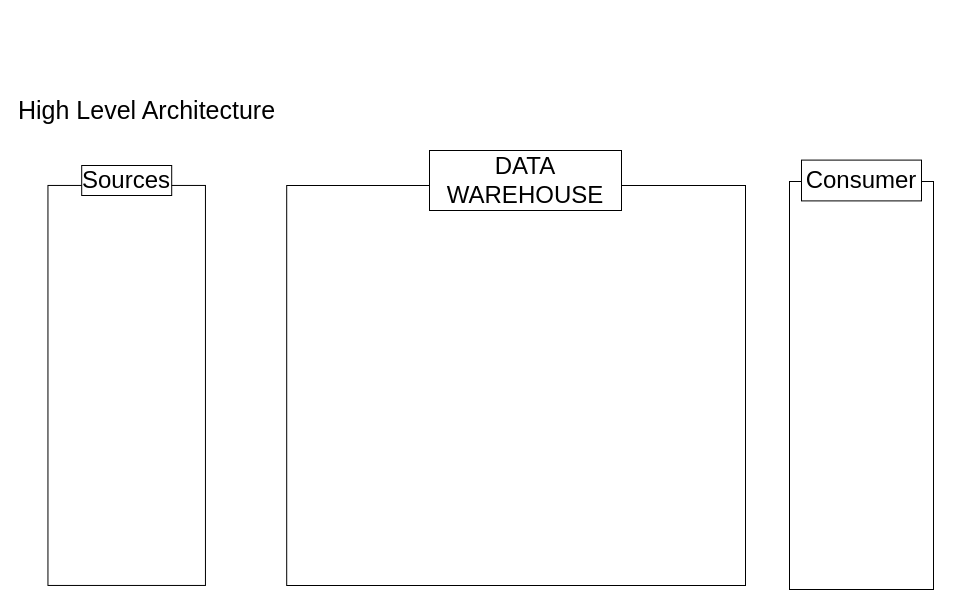
Earlier version of the draw.io diagram Architecture.drawio (DataWithRishal/Enterprise-Sales-Architecture-SQL). Source tidied: cells renumbered, new cells numbered last; positions are measured from the earlier drawing's top-left corner, leaving out a move shared by most shapes. Both pictures are drawn from the tidied source at 100%, with x=0, y=0 at pixel (-74, 89).
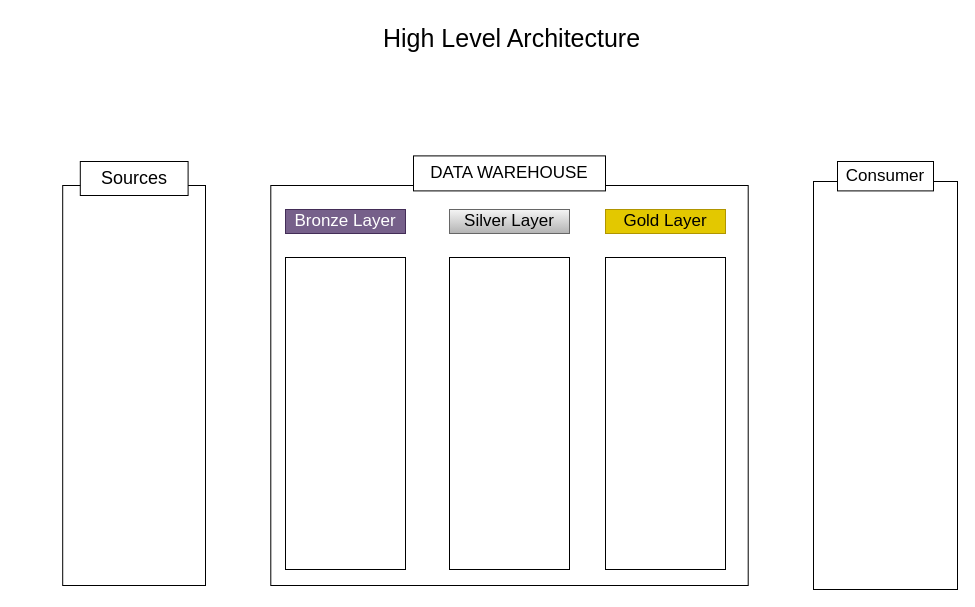
The same page after the edit.

Change to the diagram source:
```diff
@@
 <mxGraphModel>
   <root>
     <mxCell id="0" />
     <mxCell id="1" parent="0" />
     <mxCell id="2" value="&lt;p style=&quot;margin: 0px; font-style: normal; font-variant-caps: normal; font-weight: normal; font-width: normal; line-height: normal; font-family: Helvetica; font-size-adjust: none; font-kerning: auto; font-variant-alternates: normal; font-variant-ligatures: normal; font-variant-numeric: normal; font-variant-east-asian: normal; font-variant-position: normal; font-variant-emoji: normal; font-feature-settings: normal; font-optical-sizing: auto; font-variation-settings: normal;&quot;&gt;High Level Architecture&lt;/p&gt;" style="text;html=1;whiteSpace=wrap;overflow=hidden;rounded=0;fontSize=25;" parent="1" vertex="1">
-      <mxGeometry x="90.2" width="310" height="48" as="geometry" />
+      <mxGeometry x="455" y="-72" width="310" height="48" as="geometry" />
     </mxCell>
     <mxCell id="3" style="rounded=0;whiteSpace=wrap;html=1;rotation=90;" parent="1" vertex="1">
-      <mxGeometry x="0.2" y="217.2" width="400" height="157.5" as="geometry" />
+      <mxGeometry x="7.6" y="224.6" width="400" height="142.8" as="geometry" />
     </mxCell>
-    <mxCell id="4" value="Sources" style="rounded=0;whiteSpace=wrap;html=1;fontSize=24;fontColor=light-dark(#000000,#FFFFFF);" parent="1" vertex="1">
-      <mxGeometry x="155.2" y="76" width="90" height="30" as="geometry" />
+    <mxCell id="4" value="Sources" style="rounded=0;whiteSpace=wrap;html=1;fontSize=18;fontColor=light-dark(#000000,#FFFFFF);" parent="1" vertex="1">
+      <mxGeometry x="153.8" y="72" width="107.8" height="34" as="geometry" />
     </mxCell>
     <mxCell id="5" style="rounded=0;whiteSpace=wrap;html=1;rotation=90;" parent="1" vertex="1">
-      <mxGeometry x="389.6" y="66.6" width="400" height="458.8" as="geometry" />
+      <mxGeometry x="383" y="57.3" width="400" height="477.4" as="geometry" />
     </mxCell>
-    <mxCell id="6" value="DATA WAREHOUSE" style="rounded=0;whiteSpace=wrap;html=1;fontSize=24;" parent="1" vertex="1">
-      <mxGeometry x="503" y="61" width="192" height="60" as="geometry" />
+    <mxCell id="6" value="DATA WAREHOUSE" style="rounded=0;whiteSpace=wrap;html=1;fontSize=17;" parent="1" vertex="1">
+      <mxGeometry x="487" y="66.4" width="192" height="35" as="geometry" />
     </mxCell>
     <mxCell id="7" style="rounded=0;whiteSpace=wrap;html=1;direction=south;" parent="1" vertex="1">
-      <mxGeometry x="863" y="92" width="144" height="408" as="geometry" />
+      <mxGeometry x="887" y="92" width="144" height="408" as="geometry" />
     </mxCell>
-    <mxCell id="8" value="Consumer" style="rounded=0;whiteSpace=wrap;html=1;fontSize=24;" parent="1" vertex="1">
-      <mxGeometry x="875" y="70.6" width="120" height="40.8" as="geometry" />
+    <mxCell id="8" value="Consumer" style="rounded=0;whiteSpace=wrap;html=1;fontSize=17;" parent="1" vertex="1">
+      <mxGeometry x="911" y="72" width="96" height="29.4" as="geometry" />
     </mxCell>
+    <mxCell id="9" value="Bronze Layer" style="rounded=0;whiteSpace=wrap;html=1;fontSize=17;fillColor=#76608a;fontColor=#ffffff;strokeColor=#432D57;" parent="1" vertex="1">
+      <mxGeometry x="359" y="120" width="120" height="24" as="geometry" />
+    </mxCell>
+    <mxCell id="10" style="rounded=0;whiteSpace=wrap;html=1;direction=south;" parent="1" vertex="1">
+      <mxGeometry x="359" y="168" width="120" height="312" as="geometry" />
+    </mxCell>
+    <mxCell id="11" value="Silver Layer" style="rounded=0;whiteSpace=wrap;html=1;fontSize=17;fillColor=#f5f5f5;strokeColor=#666666;gradientColor=#b3b3b3;" parent="1" vertex="1">
+      <mxGeometry x="523" y="120" width="120" height="24" as="geometry" />
+    </mxCell>
+    <mxCell id="12" style="rounded=0;whiteSpace=wrap;html=1;direction=south;" parent="1" vertex="1">
+      <mxGeometry x="523" y="168" width="120" height="312" as="geometry" />
+    </mxCell>
+    <mxCell id="13" style="rounded=0;whiteSpace=wrap;html=1;direction=south;" parent="1" vertex="1">
+      <mxGeometry x="679" y="168" width="120" height="312" as="geometry" />
+    </mxCell>
+    <mxCell id="14" value="Gold Layer" style="rounded=0;whiteSpace=wrap;html=1;fontSize=17;fillColor=#e3c800;strokeColor=#B09500;fontColor=#000000;" parent="1" vertex="1">
+      <mxGeometry x="679" y="120" width="120" height="24" as="geometry" />
+    </mxCell>
   </root>
 </mxGraphModel>
```
